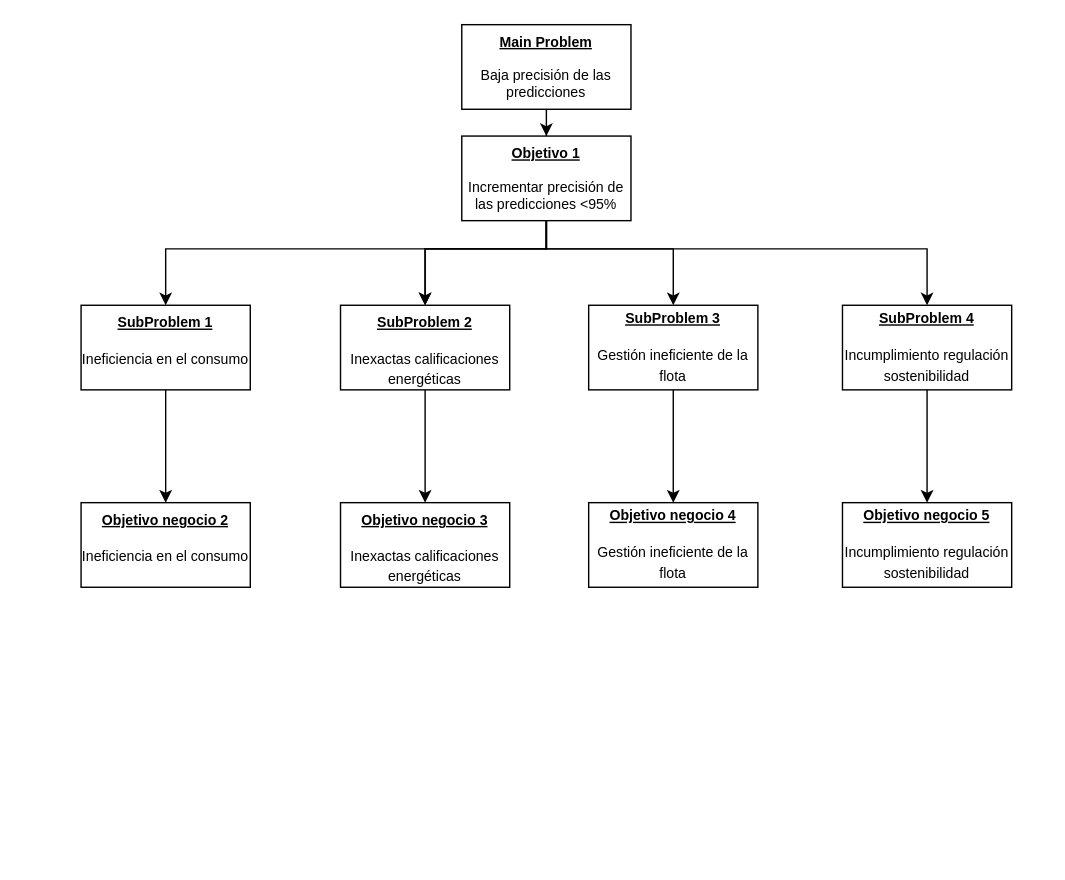
This is Untitled Diagram.drawio from jdiazfer/ADS_Practica1, a draw.io file, before an edit. Source tidied: cells renumbered, new cells numbered last; positions are measured from the earlier drawing's top-left corner, leaving out a move shared by most shapes. Both pictures are drawn from the tidied source at 141%, with x=0, y=0 at pixel (80, 24).
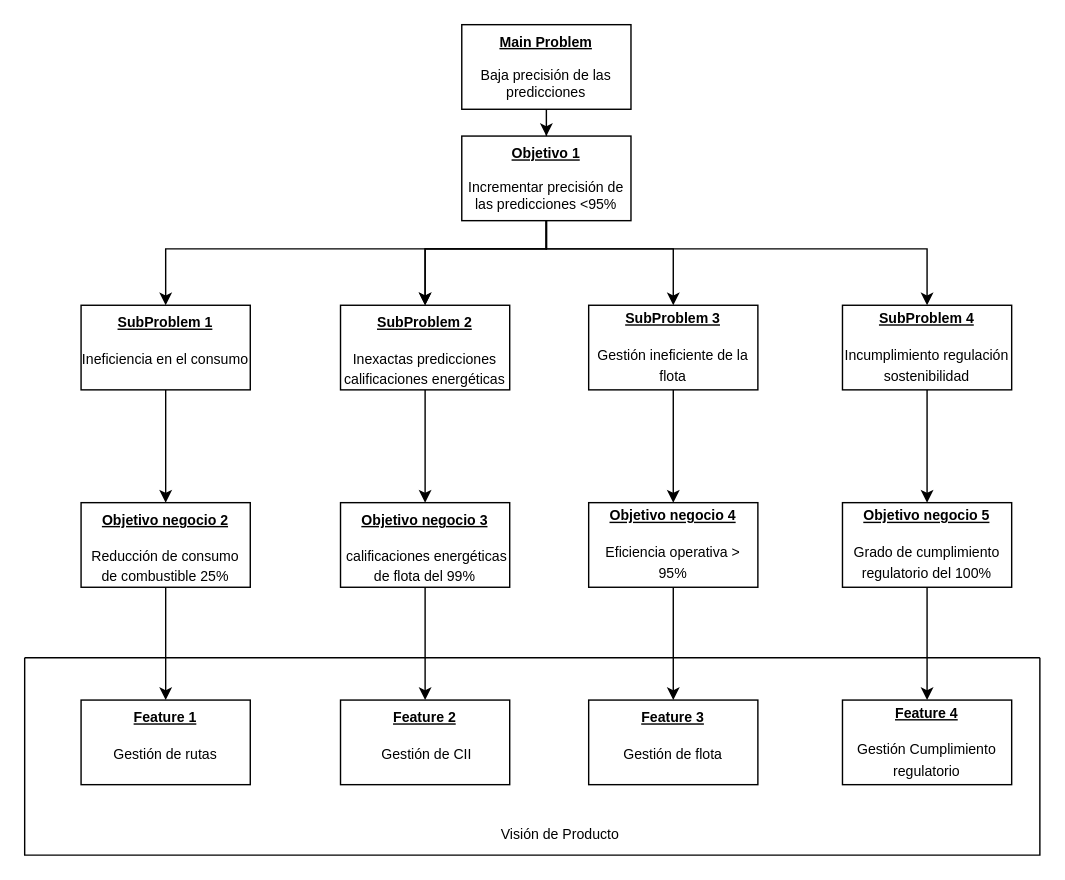
After the change.

Commit message:
Objetivos de negocio_v1

Diff of the diagram source:
```diff
@@
-    <mxCell id="13" value="&lt;div style=&quot;font-size: 10px;&quot;&gt;&lt;font style=&quot;font-size: 10px;&quot;&gt;&lt;u&gt;&lt;b&gt;SubProblem 2&lt;br&gt;&lt;/b&gt;&lt;/u&gt;&lt;/font&gt;&lt;/div&gt;&lt;div style=&quot;font-size: 10px;&quot;&gt;&lt;font style=&quot;font-size: 10px;&quot;&gt;&lt;u&gt;&lt;b&gt;&lt;br&gt;&lt;/b&gt;&lt;/u&gt;&lt;/font&gt;&lt;/div&gt;&lt;font style=&quot;font-size: 10px;&quot;&gt;Inexactas calificaciones energéticas&lt;br&gt;&lt;/font&gt;" style="rounded=0;whiteSpace=wrap;html=1;verticalAlign=top;" parent="1" vertex="1">
+    <mxCell id="13" value="&lt;div style=&quot;font-size: 10px;&quot;&gt;&lt;font style=&quot;font-size: 10px;&quot;&gt;&lt;u&gt;&lt;b&gt;SubProblem 2&lt;br&gt;&lt;/b&gt;&lt;/u&gt;&lt;/font&gt;&lt;/div&gt;&lt;div style=&quot;font-size: 10px;&quot;&gt;&lt;font style=&quot;font-size: 10px;&quot;&gt;&lt;u&gt;&lt;b&gt;&lt;br&gt;&lt;/b&gt;&lt;/u&gt;&lt;/font&gt;&lt;/div&gt;&lt;font style=&quot;font-size: 10px;&quot;&gt;Inexactas predicciones calificaciones energéticas&lt;br&gt;&lt;/font&gt;" style="rounded=0;whiteSpace=wrap;html=1;verticalAlign=top;" parent="1" vertex="1">
       <mxGeometry x="184" y="199" width="120" height="60" as="geometry" />
     </mxCell>
@@
+    <mxCell id="22" style="edgeStyle=orthogonalEdgeStyle;rounded=0;jettySize=auto;html=1;" parent="1" edge="1" source="18" target="26">
+      <mxGeometry relative="1" as="geometry" />
+    </mxCell>
-    <mxCell id="18" value="&lt;div style=&quot;font-size: 10px;&quot;&gt;&lt;font style=&quot;font-size: 10px;&quot;&gt;&lt;u&gt;&lt;b&gt;Objetivo negocio 2&lt;br&gt;&lt;/b&gt;&lt;/u&gt;&lt;/font&gt;&lt;/div&gt;&lt;div style=&quot;font-size: 10px;&quot;&gt;&lt;font style=&quot;font-size: 10px;&quot;&gt;&lt;u&gt;&lt;b&gt;&lt;br&gt;&lt;/b&gt;&lt;/u&gt;&lt;/font&gt;&lt;/div&gt;&lt;font style=&quot;font-size: 10px;&quot;&gt;Ineficiencia en el consumo&lt;u&gt;&lt;b&gt;&lt;br&gt;&lt;/b&gt;&lt;/u&gt;&lt;/font&gt;" style="rounded=0;whiteSpace=wrap;html=1;verticalAlign=top;" parent="1" vertex="1">
+    <mxCell id="18" value="&lt;div style=&quot;font-size: 10px;&quot;&gt;&lt;font style=&quot;font-size: 10px;&quot;&gt;&lt;u&gt;&lt;b&gt;Objetivo negocio 2&lt;br&gt;&lt;/b&gt;&lt;/u&gt;&lt;/font&gt;&lt;/div&gt;&lt;div style=&quot;font-size: 10px;&quot;&gt;&lt;font style=&quot;font-size: 10px;&quot;&gt;&lt;u&gt;&lt;b&gt;&lt;br&gt;&lt;/b&gt;&lt;/u&gt;&lt;/font&gt;&lt;/div&gt;&lt;font style=&quot;font-size: 10px;&quot;&gt;Reducción de consumo de combustible 25%&lt;u&gt;&lt;b&gt;&lt;br&gt;&lt;/b&gt;&lt;/u&gt;&lt;/font&gt;" style="rounded=0;whiteSpace=wrap;html=1;verticalAlign=top;" parent="1" vertex="1">
       <mxGeometry y="339" width="120" height="60" as="geometry" />
     </mxCell>
+    <mxCell id="23" style="edgeStyle=orthogonalEdgeStyle;rounded=0;jettySize=auto;html=1;" parent="1" edge="1" source="19" target="27">
+      <mxGeometry relative="1" as="geometry" />
+    </mxCell>
-    <mxCell id="19" value="&lt;div style=&quot;font-size: 10px;&quot;&gt;&lt;font style=&quot;font-size: 10px;&quot;&gt;&lt;u&gt;&lt;b&gt;Objetivo negocio 3&lt;br&gt;&lt;/b&gt;&lt;/u&gt;&lt;/font&gt;&lt;/div&gt;&lt;div style=&quot;font-size: 10px;&quot;&gt;&lt;font style=&quot;font-size: 10px;&quot;&gt;&lt;u&gt;&lt;b&gt;&lt;br&gt;&lt;/b&gt;&lt;/u&gt;&lt;/font&gt;&lt;/div&gt;&lt;font style=&quot;font-size: 10px;&quot;&gt;Inexactas calificaciones energéticas&lt;br&gt;&lt;/font&gt;" style="rounded=0;whiteSpace=wrap;html=1;verticalAlign=top;" parent="1" vertex="1">
+    <mxCell id="19" value="&lt;div style=&quot;font-size: 10px;&quot;&gt;&lt;font style=&quot;font-size: 10px;&quot;&gt;&lt;u&gt;&lt;b&gt;Objetivo negocio 3&lt;br&gt;&lt;/b&gt;&lt;/u&gt;&lt;/font&gt;&lt;/div&gt;&lt;div style=&quot;font-size: 10px;&quot;&gt;&lt;font style=&quot;font-size: 10px;&quot;&gt;&lt;u&gt;&lt;b&gt;&lt;br&gt;&lt;/b&gt;&lt;/u&gt;&lt;/font&gt;&lt;/div&gt;&lt;font style=&quot;font-size: 10px;&quot;&gt;&amp;nbsp;calificaciones energéticas de flota del 99%&lt;br&gt;&lt;/font&gt;" style="rounded=0;whiteSpace=wrap;html=1;verticalAlign=top;" parent="1" vertex="1">
       <mxGeometry x="184" y="339" width="120" height="60" as="geometry" />
     </mxCell>
+    <mxCell id="24" style="edgeStyle=orthogonalEdgeStyle;rounded=0;jettySize=auto;html=1;" parent="1" edge="1" source="20" target="28">
+      <mxGeometry relative="1" as="geometry" />
+    </mxCell>
-    <mxCell id="20" value="&lt;div style=&quot;font-size: 10px; line-height: 120%;&quot;&gt;&lt;font style=&quot;font-size: 10px;&quot;&gt;&lt;u&gt;&lt;b&gt;Objetivo negocio 4&lt;br&gt;&lt;/b&gt;&lt;/u&gt;&lt;/font&gt;&lt;/div&gt;&lt;div style=&quot;font-size: 10px;&quot;&gt;&lt;font style=&quot;font-size: 10px;&quot;&gt;&lt;u&gt;&lt;b&gt;&lt;br&gt;&lt;/b&gt;&lt;/u&gt;&lt;/font&gt;&lt;/div&gt;&lt;font style=&quot;font-size: 10px;&quot;&gt;Gestión ineficiente de la flota&lt;/font&gt;" style="rounded=0;whiteSpace=wrap;html=1;" parent="1" vertex="1">
+    <mxCell id="20" value="&lt;div style=&quot;font-size: 10px; line-height: 120%;&quot;&gt;&lt;font style=&quot;font-size: 10px;&quot;&gt;&lt;u&gt;&lt;b&gt;Objetivo negocio 4&lt;br&gt;&lt;/b&gt;&lt;/u&gt;&lt;/font&gt;&lt;/div&gt;&lt;div style=&quot;font-size: 10px;&quot;&gt;&lt;font style=&quot;font-size: 10px;&quot;&gt;&lt;u&gt;&lt;b&gt;&lt;br&gt;&lt;/b&gt;&lt;/u&gt;&lt;/font&gt;&lt;/div&gt;&lt;font style=&quot;font-size: 10px;&quot;&gt;Eficiencia operativa &amp;gt; 95%&lt;br&gt;&lt;/font&gt;" style="rounded=0;whiteSpace=wrap;html=1;" parent="1" vertex="1">
       <mxGeometry x="360" y="339" width="120" height="60" as="geometry" />
     </mxCell>
+    <mxCell id="25" style="edgeStyle=orthogonalEdgeStyle;rounded=0;jettySize=auto;html=1;" parent="1" edge="1" source="21" target="29">
+      <mxGeometry relative="1" as="geometry" />
+    </mxCell>
-    <mxCell id="21" value="&lt;div style=&quot;font-size: 10px;&quot;&gt;&lt;font style=&quot;font-size: 10px;&quot;&gt;&lt;u&gt;&lt;b&gt;Objetivo negocio 5&lt;br&gt;&lt;/b&gt;&lt;/u&gt;&lt;/font&gt;&lt;/div&gt;&lt;div style=&quot;font-size: 10px;&quot;&gt;&lt;font style=&quot;font-size: 10px;&quot;&gt;&lt;u&gt;&lt;b&gt;&lt;br&gt;&lt;/b&gt;&lt;/u&gt;&lt;/font&gt;&lt;/div&gt;&lt;font style=&quot;font-size: 10px;&quot;&gt;Incumplimiento regulación sostenibilidad&lt;br&gt;&lt;/font&gt;" style="rounded=0;whiteSpace=wrap;html=1;" parent="1" vertex="1">
+    <mxCell id="21" value="&lt;div style=&quot;font-size: 10px;&quot;&gt;&lt;font style=&quot;font-size: 10px;&quot;&gt;&lt;u&gt;&lt;b&gt;Objetivo negocio 5&lt;br&gt;&lt;/b&gt;&lt;/u&gt;&lt;/font&gt;&lt;/div&gt;&lt;div style=&quot;font-size: 10px;&quot;&gt;&lt;font style=&quot;font-size: 10px;&quot;&gt;&lt;u&gt;&lt;b&gt;&lt;br&gt;&lt;/b&gt;&lt;/u&gt;&lt;/font&gt;&lt;/div&gt;&lt;font style=&quot;font-size: 10px;&quot;&gt;Grado de cumplimiento regulatorio del 100%&lt;br&gt;&lt;/font&gt;" style="rounded=0;whiteSpace=wrap;html=1;" parent="1" vertex="1">
       <mxGeometry x="540" y="339" width="120" height="60" as="geometry" />
     </mxCell>
+    <mxCell id="26" value="&lt;div style=&quot;font-size: 10px;&quot;&gt;&lt;font style=&quot;font-size: 10px;&quot;&gt;&lt;u&gt;&lt;b&gt;Feature 1&lt;br&gt;&lt;/b&gt;&lt;/u&gt;&lt;/font&gt;&lt;/div&gt;&lt;div style=&quot;font-size: 10px;&quot;&gt;&lt;font style=&quot;font-size: 10px;&quot;&gt;&lt;u&gt;&lt;b&gt;&lt;br&gt;&lt;/b&gt;&lt;/u&gt;&lt;/font&gt;&lt;/div&gt;&lt;font style=&quot;font-size: 10px;&quot;&gt;Gestión de rutas&lt;u&gt;&lt;b&gt;&lt;br&gt;&lt;/b&gt;&lt;/u&gt;&lt;/font&gt;" style="rounded=0;whiteSpace=wrap;html=1;verticalAlign=top;" parent="1" vertex="1">
+      <mxGeometry y="479" width="120" height="60" as="geometry" />
+    </mxCell>
+    <mxCell id="27" value="&lt;div style=&quot;font-size: 10px;&quot;&gt;&lt;font style=&quot;font-size: 10px;&quot;&gt;&lt;u&gt;&lt;b&gt;Feature 2&lt;br&gt;&lt;/b&gt;&lt;/u&gt;&lt;/font&gt;&lt;/div&gt;&lt;div style=&quot;font-size: 10px;&quot;&gt;&lt;font style=&quot;font-size: 10px;&quot;&gt;&lt;u&gt;&lt;b&gt;&lt;br&gt;&lt;/b&gt;&lt;/u&gt;&lt;/font&gt;&lt;/div&gt;&lt;font style=&quot;font-size: 10px;&quot;&gt;&amp;nbsp;Gestión de CII&lt;br&gt;&lt;/font&gt;" style="rounded=0;whiteSpace=wrap;html=1;verticalAlign=top;" parent="1" vertex="1">
+      <mxGeometry x="184" y="479" width="120" height="60" as="geometry" />
+    </mxCell>
+    <mxCell id="28" value="&lt;div style=&quot;font-size: 10px; line-height: 120%;&quot;&gt;&lt;font style=&quot;font-size: 10px;&quot;&gt;&lt;u&gt;&lt;b&gt;Feature 3&lt;br&gt;&lt;/b&gt;&lt;/u&gt;&lt;/font&gt;&lt;/div&gt;&lt;div style=&quot;font-size: 10px;&quot;&gt;&lt;font style=&quot;font-size: 10px;&quot;&gt;&lt;u&gt;&lt;b&gt;&lt;br&gt;&lt;/b&gt;&lt;/u&gt;&lt;/font&gt;&lt;/div&gt;&lt;font style=&quot;font-size: 10px;&quot;&gt;Gestión de flota&lt;br&gt;&lt;/font&gt;" style="rounded=0;whiteSpace=wrap;html=1;verticalAlign=top;" parent="1" vertex="1">
+      <mxGeometry x="360" y="479" width="120" height="60" as="geometry" />
+    </mxCell>
+    <mxCell id="29" value="&lt;div style=&quot;font-size: 10px;&quot;&gt;&lt;font style=&quot;font-size: 10px;&quot;&gt;&lt;u&gt;&lt;b&gt;Feature 4&lt;br&gt;&lt;/b&gt;&lt;/u&gt;&lt;/font&gt;&lt;/div&gt;&lt;div style=&quot;font-size: 10px;&quot;&gt;&lt;font style=&quot;font-size: 10px;&quot;&gt;&lt;u&gt;&lt;b&gt;&lt;br&gt;&lt;/b&gt;&lt;/u&gt;&lt;/font&gt;&lt;/div&gt;&lt;font style=&quot;font-size: 10px;&quot;&gt;Gestión Cumplimiento regulatorio&lt;br&gt;&lt;/font&gt;" style="rounded=0;whiteSpace=wrap;html=1;" parent="1" vertex="1">
+      <mxGeometry x="540" y="479" width="120" height="60" as="geometry" />
+    </mxCell>
+    <mxCell id="30" style="swimlane;startSize=0;" parent="1" vertex="1">
+      <mxGeometry x="-40" y="449" width="720" height="140" as="geometry" />
+    </mxCell>
+    <mxCell id="31" value="&lt;font style=&quot;font-size: 10px;&quot;&gt;Visión de Producto&lt;br&gt;&lt;/font&gt;" style="text;strokeColor=none;align=center;fillColor=none;html=1;verticalAlign=middle;whiteSpace=wrap;rounded=0;" parent="30" vertex="1">
+      <mxGeometry x="320" y="110" width="120" height="30" as="geometry" />
+    </mxCell>
```
